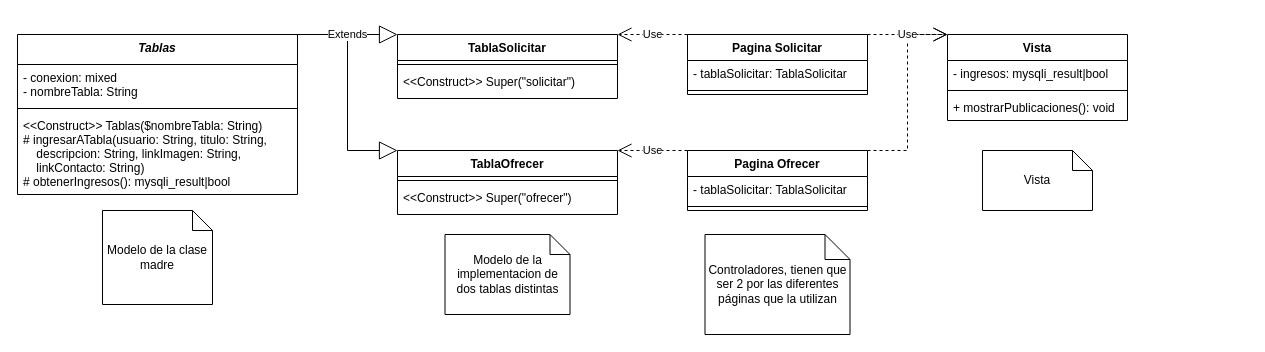
Before: Disenio/Nug.get.drawio in FranzCastillo-zz/nug.get, a draw.io diagram. Source tidied: cells renumbered, new cells numbered last; positions are measured from the earlier drawing's top-left corner, leaving out a move shared by most shapes. Both pictures are drawn from the tidied source at 100%, with x=0, y=0 at pixel (17, 34).
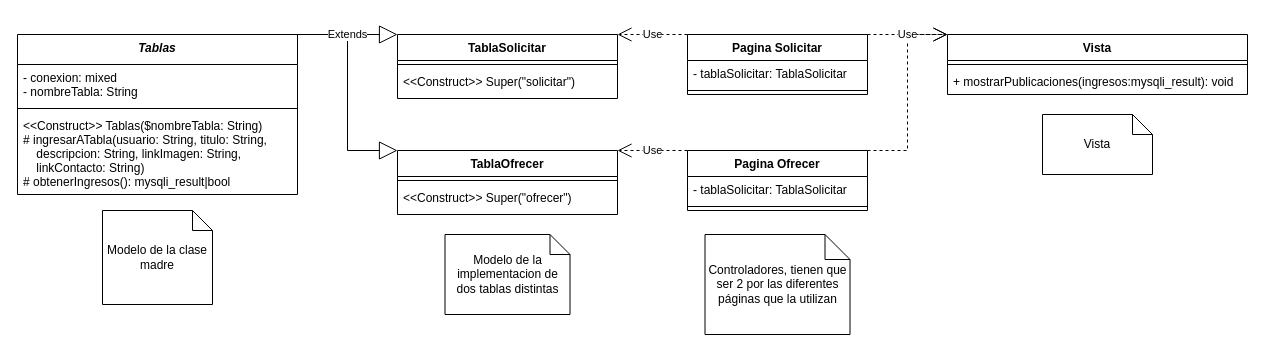
The same diagram, later.

The edit, as a diff of the source:
```diff
@@
     <mxCell id="20" value="Vista" style="swimlane;fontStyle=1;align=center;verticalAlign=top;horizontal=1;startSize=26;" parent="1" vertex="1">
-      <mxGeometry x="930" width="180" height="86" as="geometry" />
+      <mxGeometry x="930" width="300" height="60" as="geometry" />
     </mxCell>
-    <mxCell id="21" value="- ingresos: mysqli_result|bool" style="text;strokeColor=none;fillColor=none;align=left;verticalAlign=top;spacingLeft=4;spacingRight=4;overflow=hidden;" parent="20" vertex="1">
-      <mxGeometry y="26" width="180" height="26" as="geometry" />
-    </mxCell>
     <mxCell id="22" style="line;strokeWidth=1;fillColor=none;align=left;verticalAlign=middle;spacingTop=-1;spacingLeft=3;spacingRight=3;labelPosition=right;" parent="20" vertex="1">
-      <mxGeometry y="52" width="180" height="8" as="geometry" />
+      <mxGeometry y="26" width="300" height="8" as="geometry" />
     </mxCell>
-    <mxCell id="23" value="+ mostrarPublicaciones(): void" style="text;strokeColor=none;fillColor=none;align=left;verticalAlign=top;spacingLeft=4;spacingRight=4;overflow=hidden;" parent="20" vertex="1">
-      <mxGeometry y="60" width="180" height="26" as="geometry" />
+    <mxCell id="23" value="+ mostrarPublicaciones(ingresos:mysqli_result): void" style="text;strokeColor=none;fillColor=none;align=left;verticalAlign=top;spacingLeft=4;spacingRight=4;overflow=hidden;" parent="20" vertex="1">
+      <mxGeometry y="34" width="300" height="26" as="geometry" />
     </mxCell>
@@
     <mxCell id="30" value="Vista" style="shape=note;size=20;whiteSpace=wrap;html=1;" parent="1" vertex="1">
-      <mxGeometry x="965" y="116" width="110" height="60" as="geometry" />
+      <mxGeometry x="1025" y="80" width="110" height="60" as="geometry" />
     </mxCell>
```
